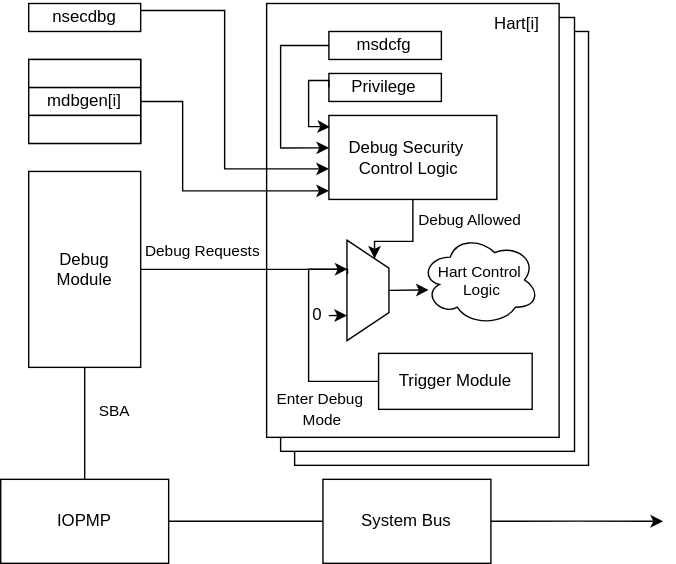
This is images/external_debug_dm.svg from riscv-non-isa/riscv-external-debug-security, a draw.io export, as it was before one commit. Source tidied: cells renumbered, new cells last; positions are measured from the earlier drawing's top-left corner, leaving out a move shared by most shapes.
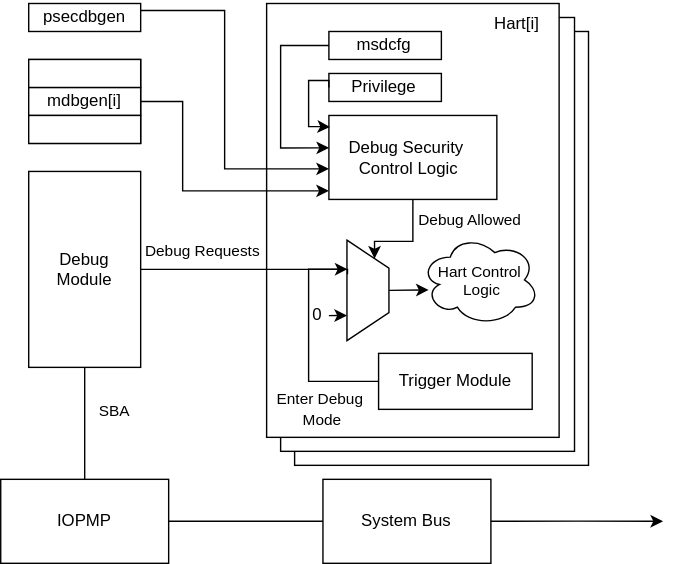
The same diagram one commit later.

Diff of the diagram source:
```diff
@@ -63,7 +63,7 @@
         </Array>
       </mxGeometry>
     </mxCell>
-    <mxCell id="18" value="nsecdbg" style="rounded=0;whiteSpace=wrap;html=1;" parent="1" vertex="1">
+    <mxCell id="18" value="psecdbgen" style="rounded=0;whiteSpace=wrap;html=1;" parent="1" vertex="1">
       <mxGeometry x="20" width="80" height="20" as="geometry" />
     </mxCell>
     <mxCell id="19" style="edgeStyle=orthogonalEdgeStyle;rounded=0;jettySize=auto;html=1;exitX=0;exitY=0.5;exitDx=0;exitDy=0;entryX=0.289;entryY=0.988;entryDx=0;entryDy=0;entryPerimeter=0;" parent="1" edge="1" source="20" target="22">
```
